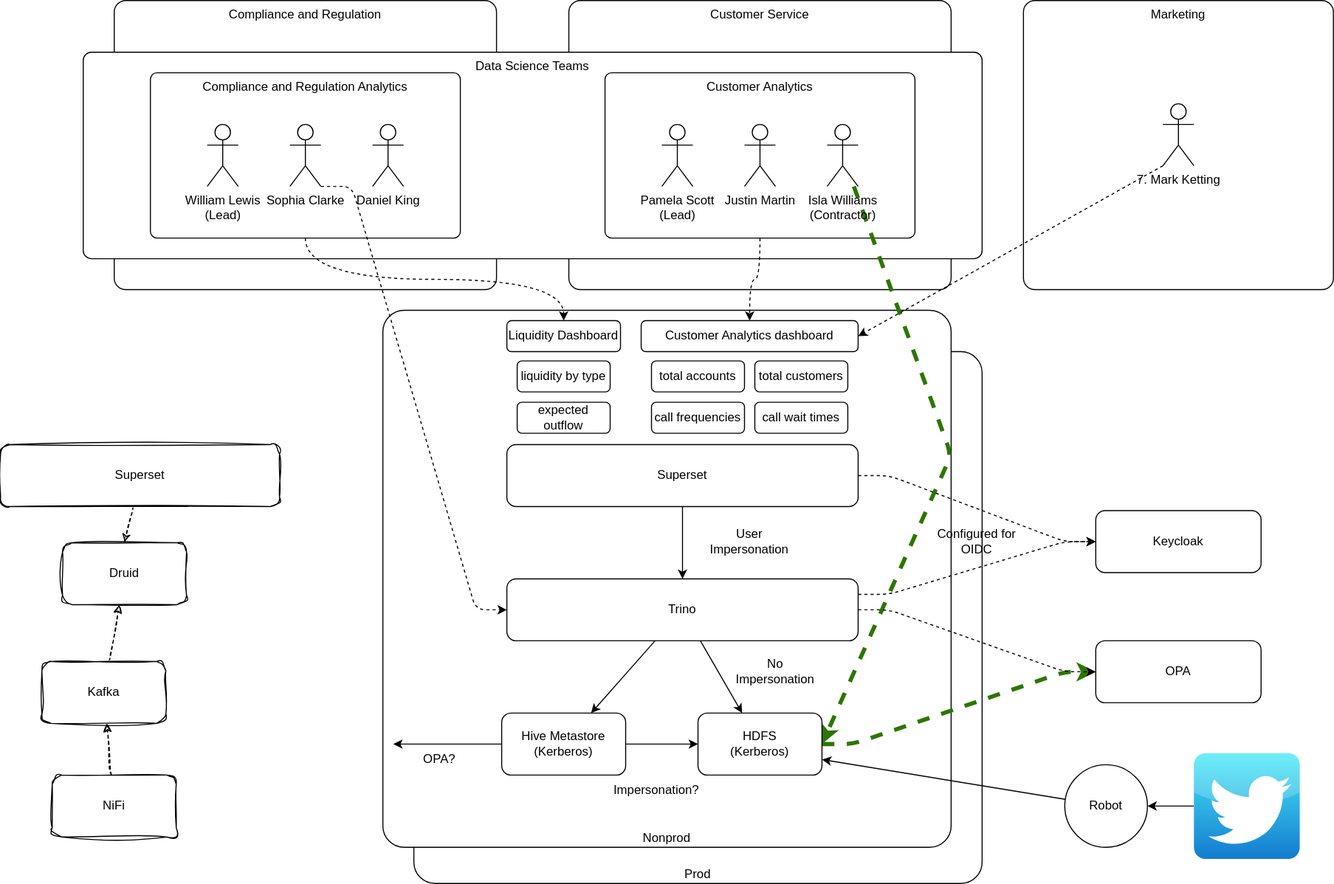
Above: hack/world.drawio.svg in stackabletech/opa-operator (draw.io), before the change. Source tidied: cells renumbered, new cells last; positions are measured from the earlier drawing's top-left corner, leaving out a move shared by most shapes.
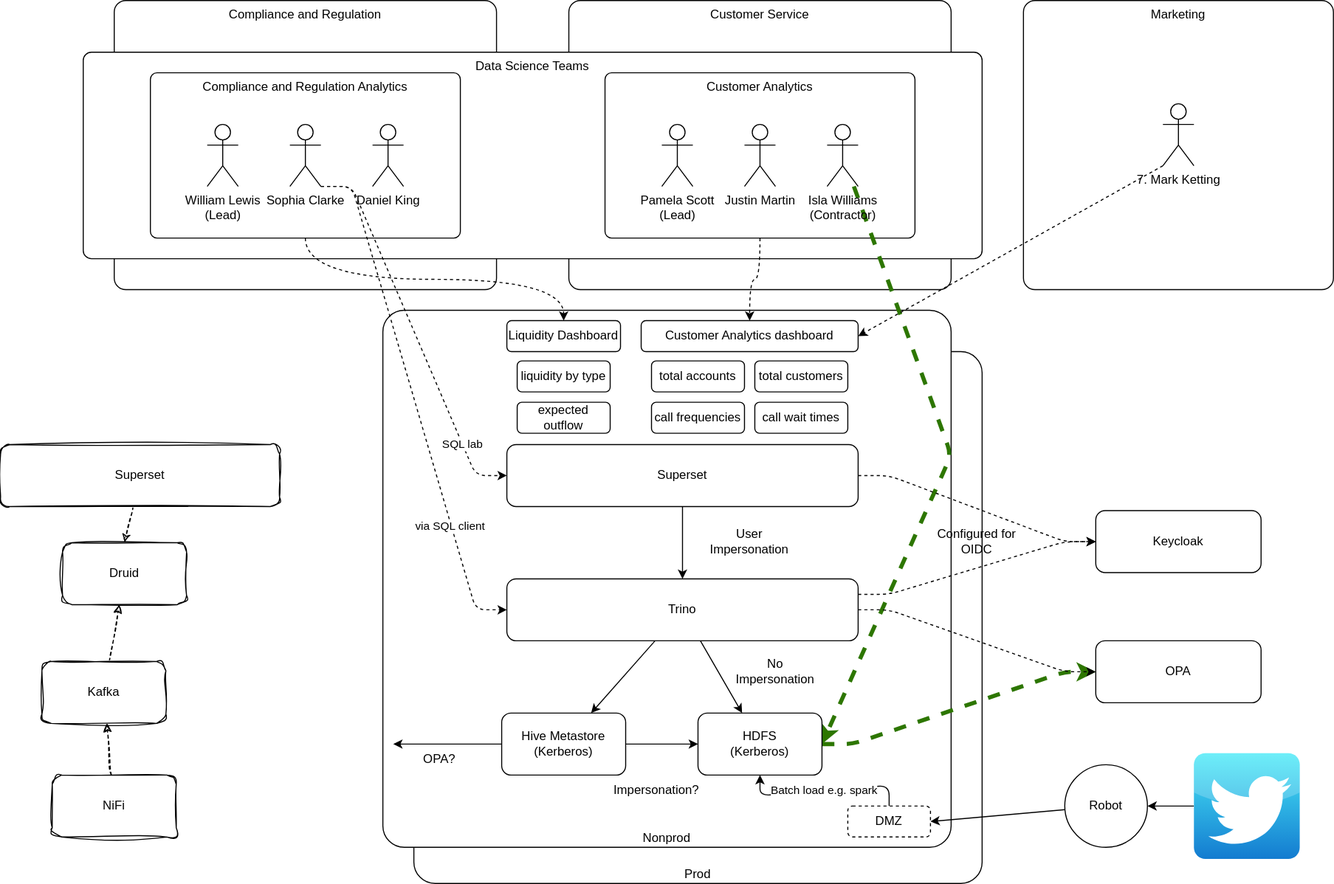
After the commit.

Commit message:
added some arrows/DMZ

Change to the diagram source:
```diff
@@ -32,6 +32,9 @@
     <mxCell id="11" style="edgeStyle=entityRelationEdgeStyle;html=1;dashed=1;exitX=1;exitY=1;exitDx=0;exitDy=0;exitPerimeter=0;" parent="1" edge="1" source="12" target="31">
       <mxGeometry relative="1" as="geometry" />
     </mxCell>
+    <mxCell id="61" value="via SQL client" style="edgeLabel;html=1;align=center;verticalAlign=middle;" parent="11" vertex="1">
+      <mxGeometry x="0.53" y="-2" relative="1" as="geometry" />
+    </mxCell>
     <mxCell id="12" value="Sophia Clarke" style="shape=umlActor;verticalLabelPosition=bottom;verticalAlign=top;html=1;outlineConnect=0;" parent="1" vertex="1">
       <mxGeometry x="280" y="120" width="30" height="60" as="geometry" />
     </mxCell>
@@ -179,11 +182,30 @@
     <mxCell id="58" style="dashed=0;outlineConnect=0;html=1;align=center;labelPosition=center;verticalLabelPosition=bottom;verticalAlign=top;shape=mxgraph.webicons.twitter;fillColor=#49EAF7;gradientColor=#137BD0;" parent="1" vertex="1">
       <mxGeometry x="1155" y="728.8" width="102.4" height="102.4" as="geometry" />
     </mxCell>
-    <mxCell id="59" style="edgeStyle=none;html=1;entryX=1;entryY=0.75;entryDx=0;entryDy=0;" parent="1" edge="1" source="60" target="23">
-      <mxGeometry relative="1" as="geometry" />
+    <mxCell id="59" style="edgeStyle=none;html=1;" parent="1" edge="1" source="60">
+      <mxGeometry relative="1" as="geometry">
+        <mxPoint x="900" y="795" as="targetPoint" />
+      </mxGeometry>
     </mxCell>
     <mxCell id="60" value="Robot" style="ellipse;whiteSpace=wrap;html=1;" parent="1" vertex="1">
       <mxGeometry x="1030" y="740" width="80" height="80" as="geometry" />
     </mxCell>
+    <mxCell id="62" style="edgeStyle=entityRelationEdgeStyle;html=1;dashed=1;exitX=1;exitY=1;exitDx=0;exitDy=0;exitPerimeter=0;" parent="1" edge="1" source="12" target="26">
+      <mxGeometry relative="1" as="geometry" />
+    </mxCell>
+    <mxCell id="63" value="SQL lab" style="edgeLabel;html=1;align=center;verticalAlign=middle;" parent="62" vertex="1">
+      <mxGeometry x="0.65" relative="1" as="geometry" />
+    </mxCell>
+    <mxCell id="64" value="Batch load e.g. spark" style="edgeStyle=none;html=1;entryX=0.5;entryY=1;entryDx=0;entryDy=0;exitX=0.5;exitY=0;exitDx=0;exitDy=0;" parent="1" edge="1" source="65" target="23">
+      <mxGeometry relative="1" as="geometry">
+        <Array as="points">
+          <mxPoint x="860" y="760" />
+          <mxPoint x="735" y="770" />
+        </Array>
+      </mxGeometry>
+    </mxCell>
+    <mxCell id="65" value="DMZ" style="rounded=1;whiteSpace=wrap;html=1;dashed=1;" parent="1" vertex="1">
+      <mxGeometry x="820" y="780" width="80" height="30" as="geometry" />
+    </mxCell>
   </root>
 </mxGraphModel>
```
